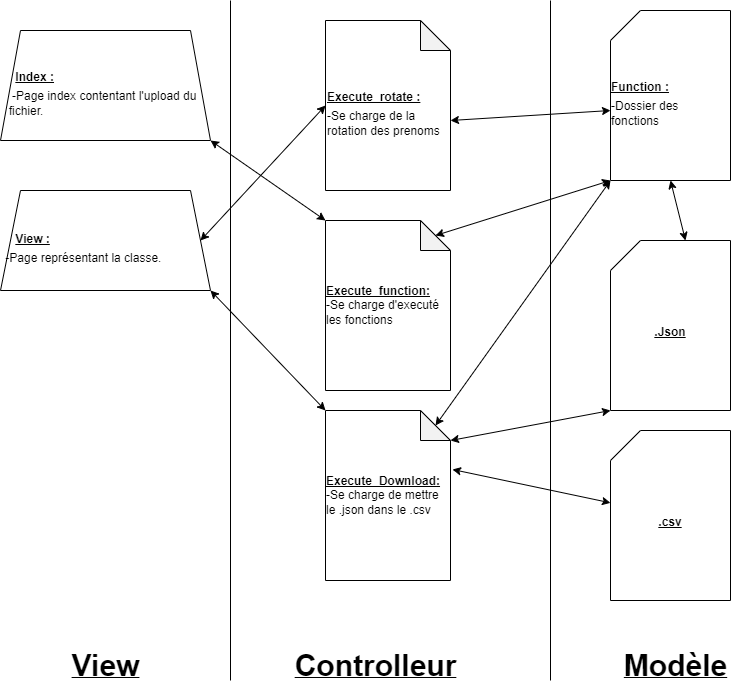
Earlier version of the draw.io export 6-TP4/TP4.png (Katia1659/DWWM). Source tidied: cells renumbered, new cells last; positions are measured from the earlier drawing's top-left corner, leaving out a move shared by most shapes. The source it was exported from:
```xml
<mxGraphModel>
  <root>
    <mxCell id="0" />
    <mxCell id="1" parent="0" />
    <mxCell id="2" style="endArrow=none;html=1;rounded=0;" parent="1" edge="1">
      <mxGeometry relative="1" as="geometry">
        <mxPoint x="230" y="680" as="sourcePoint" />
        <mxPoint x="230" as="targetPoint" />
      </mxGeometry>
    </mxCell>
    <mxCell id="3" style="endArrow=none;html=1;rounded=0;" parent="1" edge="1">
      <mxGeometry relative="1" as="geometry">
        <mxPoint x="550" y="680" as="sourcePoint" />
        <mxPoint x="550" as="targetPoint" />
      </mxGeometry>
    </mxCell>
    <mxCell id="4" value="&lt;b&gt;&lt;u&gt;&lt;font style=&quot;font-size: 30px;&quot;&gt;Controlleur&lt;/font&gt;&lt;/u&gt;&lt;/b&gt;" style="text;html=1;align=center;verticalAlign=middle;strokeColor=none;fillColor=none;" parent="1" vertex="1">
      <mxGeometry x="280" y="640" width="190" height="50" as="geometry" />
    </mxCell>
    <mxCell id="5" value="&lt;b&gt;&lt;u&gt;&lt;font style=&quot;font-size: 30px;&quot;&gt;View&lt;br&gt;&lt;/font&gt;&lt;/u&gt;&lt;/b&gt;" style="text;html=1;align=center;verticalAlign=middle;strokeColor=none;fillColor=none;" parent="1" vertex="1">
      <mxGeometry x="60" y="640" width="90" height="50" as="geometry" />
    </mxCell>
    <mxCell id="6" value="&lt;b&gt;&lt;u&gt;&lt;font style=&quot;font-size: 30px;&quot;&gt;Modèle&lt;br&gt;&lt;/font&gt;&lt;/u&gt;&lt;/b&gt;" style="text;html=1;align=center;verticalAlign=middle;strokeColor=none;fillColor=none;" parent="1" vertex="1">
      <mxGeometry x="610" y="640" width="130" height="50" as="geometry" />
    </mxCell>
    <mxCell id="7" value="&lt;div style=&quot;text-align: left;&quot;&gt;&lt;span style=&quot;font-size: 12px; background-color: initial;&quot;&gt;&lt;b&gt;&lt;u&gt;Function :&lt;/u&gt;&lt;/b&gt;&lt;/span&gt;&lt;/div&gt;&lt;font style=&quot;font-size: 12px;&quot;&gt;&lt;div style=&quot;text-align: left;&quot;&gt;&lt;span style=&quot;background-color: initial;&quot;&gt;-Dossier des fonctions&lt;/span&gt;&lt;/div&gt;&lt;/font&gt;" style="shape=card;whiteSpace=wrap;html=1;fontSize=30;" parent="1" vertex="1">
      <mxGeometry x="610" y="10" width="120" height="170" as="geometry" />
    </mxCell>
    <mxCell id="8" value="&lt;font style=&quot;font-size: 12px;&quot;&gt;&lt;b&gt;&lt;u&gt;Execute_rotate :&lt;br&gt;&lt;/u&gt;&lt;/b&gt;&lt;div style=&quot;&quot;&gt;&lt;span style=&quot;background-color: initial;&quot;&gt;-Se charge de la rotation des prenoms&lt;/span&gt;&lt;/div&gt;&lt;/font&gt;" style="shape=note;whiteSpace=wrap;html=1;backgroundOutline=1;darkOpacity=0.05;fontSize=30;align=left;" parent="1" vertex="1">
      <mxGeometry x="325" y="20" width="125" height="170" as="geometry" />
    </mxCell>
    <mxCell id="9" value="&lt;div style=&quot;&quot;&gt;&lt;span style=&quot;font-size: 12px; background-color: initial;&quot;&gt;&amp;nbsp; &amp;nbsp; &lt;/span&gt;&lt;u style=&quot;font-size: 12px; background-color: initial; font-weight: bold;&quot;&gt;Index :&lt;/u&gt;&lt;/div&gt;&lt;font style=&quot;font-size: 12px;&quot;&gt;&lt;div style=&quot;&quot;&gt;&lt;span style=&quot;background-color: initial;&quot;&gt;&amp;nbsp; &amp;nbsp;-Page index contentant l'upload du&amp;nbsp; &amp;nbsp; &amp;nbsp; fichier.&lt;/span&gt;&lt;/div&gt;&lt;/font&gt;" style="shape=trapezoid;perimeter=trapezoidPerimeter;whiteSpace=wrap;html=1;fixedSize=1;fontSize=30;align=left;" parent="1" vertex="1">
      <mxGeometry y="30" width="210" height="110" as="geometry" />
    </mxCell>
    <mxCell id="10" value="&lt;div style=&quot;text-align: left;&quot;&gt;&lt;span style=&quot;background-color: initial;&quot;&gt;&lt;font style=&quot;font-size: 12px;&quot;&gt;&lt;b&gt;&lt;u&gt;Execute_function:&lt;/u&gt;&lt;/b&gt;&lt;/font&gt;&lt;/span&gt;&lt;/div&gt;&lt;div style=&quot;text-align: left;&quot;&gt;&lt;span style=&quot;background-color: initial;&quot;&gt;&lt;font style=&quot;font-size: 12px;&quot;&gt;-Se charge d'executé les fonctions&lt;/font&gt;&lt;/span&gt;&lt;/div&gt;" style="shape=note;whiteSpace=wrap;html=1;backgroundOutline=1;darkOpacity=0.05;fontSize=12;" parent="1" vertex="1">
      <mxGeometry x="325" y="220" width="125" height="170" as="geometry" />
    </mxCell>
    <mxCell id="11" value="&lt;div style=&quot;&quot;&gt;&lt;span style=&quot;font-size: 12px; background-color: initial;&quot;&gt;&amp;nbsp; &amp;nbsp;&amp;nbsp;&lt;/span&gt;&lt;u style=&quot;font-size: 12px; background-color: initial; font-weight: bold;&quot;&gt;View :&lt;/u&gt;&lt;/div&gt;&lt;font style=&quot;font-size: 12px;&quot;&gt;&lt;div style=&quot;&quot;&gt;&lt;span style=&quot;background-color: initial;&quot;&gt;&amp;nbsp;-Page représentant la classe.&lt;/span&gt;&lt;/div&gt;&lt;/font&gt;" style="shape=trapezoid;perimeter=trapezoidPerimeter;whiteSpace=wrap;html=1;fixedSize=1;fontSize=30;align=left;" parent="1" vertex="1">
      <mxGeometry y="190" width="210" height="100" as="geometry" />
    </mxCell>
    <mxCell id="12" value="&lt;div style=&quot;text-align: left;&quot;&gt;&lt;span style=&quot;font-size: 12px;&quot;&gt;&lt;b&gt;&lt;u&gt;.Json&lt;/u&gt;&lt;/b&gt;&lt;/span&gt;&lt;/div&gt;" style="shape=card;whiteSpace=wrap;html=1;fontSize=30;" parent="1" vertex="1">
      <mxGeometry x="610" y="240" width="120" height="170" as="geometry" />
    </mxCell>
    <mxCell id="13" style="endArrow=classic;startArrow=classic;html=1;rounded=0;fontSize=12;exitX=1;exitY=1;exitDx=0;exitDy=0;entryX=0;entryY=0;entryDx=0;entryDy=0;entryPerimeter=0;" parent="1" edge="1" source="9" target="10">
      <mxGeometry relative="1" as="geometry" />
    </mxCell>
    <mxCell id="14" style="endArrow=classic;startArrow=classic;html=1;rounded=0;fontSize=12;exitX=0;exitY=0;exitDx=110;exitDy=15;entryX=0;entryY=1;entryDx=0;entryDy=0;entryPerimeter=0;exitPerimeter=0;" parent="1" edge="1" source="10" target="7">
      <mxGeometry relative="1" as="geometry" />
    </mxCell>
    <mxCell id="15" style="endArrow=classic;startArrow=classic;html=1;rounded=0;fontSize=12;exitX=0;exitY=0;exitDx=75;exitDy=0;entryX=0.5;entryY=1;entryDx=0;entryDy=0;entryPerimeter=0;exitPerimeter=0;" parent="1" edge="1" source="12" target="7">
      <mxGeometry relative="1" as="geometry" />
    </mxCell>
    <mxCell id="16" style="endArrow=classic;startArrow=classic;html=1;rounded=0;fontSize=12;exitX=0;exitY=0;exitDx=125;exitDy=100;entryX=0;entryY=0;entryDx=0;entryDy=100;entryPerimeter=0;exitPerimeter=0;" parent="1" edge="1" source="8" target="7">
      <mxGeometry relative="1" as="geometry" />
    </mxCell>
    <mxCell id="17" style="endArrow=classic;startArrow=classic;html=1;rounded=0;fontSize=12;exitX=1;exitY=0.5;exitDx=0;exitDy=0;entryX=0;entryY=0.5;entryDx=0;entryDy=0;entryPerimeter=0;" parent="1" edge="1" source="11" target="8">
      <mxGeometry relative="1" as="geometry" />
    </mxCell>
    <mxCell id="18" value="&lt;div style=&quot;text-align: left;&quot;&gt;&lt;span style=&quot;font-size: 12px;&quot;&gt;&lt;b&gt;&lt;u&gt;.csv&lt;/u&gt;&lt;/b&gt;&lt;/span&gt;&lt;/div&gt;" style="shape=card;whiteSpace=wrap;html=1;fontSize=30;" parent="1" vertex="1">
      <mxGeometry x="610" y="430" width="120" height="170" as="geometry" />
    </mxCell>
    <mxCell id="19" value="&lt;div style=&quot;text-align: left;&quot;&gt;&lt;span style=&quot;background-color: initial;&quot;&gt;&lt;font style=&quot;font-size: 12px;&quot;&gt;&lt;b&gt;&lt;u&gt;Execute_Download&lt;/u&gt;&lt;/b&gt;&lt;/font&gt;&lt;/span&gt;&lt;b style=&quot;background-color: initial;&quot;&gt;&lt;u&gt;:&lt;/u&gt;&lt;/b&gt;&lt;/div&gt;&lt;div style=&quot;text-align: left;&quot;&gt;&lt;span style=&quot;background-color: initial;&quot;&gt;&lt;font style=&quot;font-size: 12px;&quot;&gt;-Se charge de mettre le .json dans le .csv&lt;/font&gt;&lt;/span&gt;&lt;/div&gt;" style="shape=note;whiteSpace=wrap;html=1;backgroundOutline=1;darkOpacity=0.05;fontSize=12;" parent="1" vertex="1">
      <mxGeometry x="325" y="410" width="125" height="170" as="geometry" />
    </mxCell>
    <mxCell id="20" style="endArrow=classic;startArrow=classic;html=1;rounded=0;fontSize=12;exitX=1;exitY=1;exitDx=0;exitDy=0;entryX=0;entryY=0;entryDx=0;entryDy=0;entryPerimeter=0;" parent="1" edge="1" source="11" target="19">
      <mxGeometry relative="1" as="geometry" />
    </mxCell>
    <mxCell id="21" style="endArrow=classic;startArrow=classic;html=1;rounded=0;fontSize=12;exitX=0;exitY=0;exitDx=110;exitDy=15;entryX=0;entryY=1;entryDx=0;entryDy=0;entryPerimeter=0;exitPerimeter=0;" parent="1" edge="1" source="19" target="7">
      <mxGeometry relative="1" as="geometry" />
    </mxCell>
    <mxCell id="22" style="endArrow=classic;startArrow=classic;html=1;rounded=0;fontSize=12;exitX=0;exitY=0;exitDx=125;exitDy=30;entryX=0;entryY=1;entryDx=0;entryDy=0;entryPerimeter=0;exitPerimeter=0;" parent="1" edge="1" source="19" target="12">
      <mxGeometry relative="1" as="geometry" />
    </mxCell>
    <mxCell id="23" style="endArrow=classic;startArrow=classic;html=1;rounded=0;fontSize=12;exitX=1.016;exitY=0.347;exitDx=0;exitDy=0;exitPerimeter=0;" parent="1" edge="1" source="19" target="18">
      <mxGeometry relative="1" as="geometry" />
    </mxCell>
  </root>
</mxGraphModel>
```
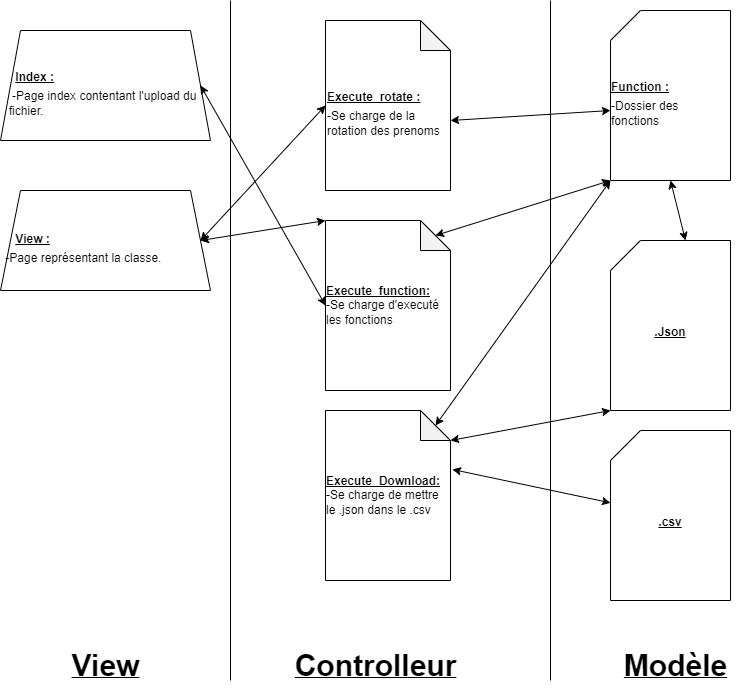
The same file after the commit.

Change to the diagram source:
```diff
@@ -41,7 +41,7 @@
     <mxCell id="12" value="&lt;div style=&quot;text-align: left;&quot;&gt;&lt;span style=&quot;font-size: 12px;&quot;&gt;&lt;b&gt;&lt;u&gt;.Json&lt;/u&gt;&lt;/b&gt;&lt;/span&gt;&lt;/div&gt;" style="shape=card;whiteSpace=wrap;html=1;fontSize=30;" parent="1" vertex="1">
       <mxGeometry x="610" y="240" width="120" height="170" as="geometry" />
     </mxCell>
-    <mxCell id="13" style="endArrow=classic;startArrow=classic;html=1;rounded=0;fontSize=12;exitX=1;exitY=1;exitDx=0;exitDy=0;entryX=0;entryY=0;entryDx=0;entryDy=0;entryPerimeter=0;" parent="1" edge="1" source="9" target="10">
+    <mxCell id="13" style="endArrow=classic;startArrow=classic;html=1;rounded=0;fontSize=12;exitX=1;exitY=0.5;exitDx=0;exitDy=0;entryX=0;entryY=0;entryDx=0;entryDy=0;entryPerimeter=0;" parent="1" edge="1" source="11" target="10">
       <mxGeometry relative="1" as="geometry" />
     </mxCell>
     <mxCell id="14" style="endArrow=classic;startArrow=classic;html=1;rounded=0;fontSize=12;exitX=0;exitY=0;exitDx=110;exitDy=15;entryX=0;entryY=1;entryDx=0;entryDy=0;entryPerimeter=0;exitPerimeter=0;" parent="1" edge="1" source="10" target="7">
@@ -62,9 +62,6 @@
     <mxCell id="19" value="&lt;div style=&quot;text-align: left;&quot;&gt;&lt;span style=&quot;background-color: initial;&quot;&gt;&lt;font style=&quot;font-size: 12px;&quot;&gt;&lt;b&gt;&lt;u&gt;Execute_Download&lt;/u&gt;&lt;/b&gt;&lt;/font&gt;&lt;/span&gt;&lt;b style=&quot;background-color: initial;&quot;&gt;&lt;u&gt;:&lt;/u&gt;&lt;/b&gt;&lt;/div&gt;&lt;div style=&quot;text-align: left;&quot;&gt;&lt;span style=&quot;background-color: initial;&quot;&gt;&lt;font style=&quot;font-size: 12px;&quot;&gt;-Se charge de mettre le .json dans le .csv&lt;/font&gt;&lt;/span&gt;&lt;/div&gt;" style="shape=note;whiteSpace=wrap;html=1;backgroundOutline=1;darkOpacity=0.05;fontSize=12;" parent="1" vertex="1">
       <mxGeometry x="325" y="410" width="125" height="170" as="geometry" />
     </mxCell>
-    <mxCell id="20" style="endArrow=classic;startArrow=classic;html=1;rounded=0;fontSize=12;exitX=1;exitY=1;exitDx=0;exitDy=0;entryX=0;entryY=0;entryDx=0;entryDy=0;entryPerimeter=0;" parent="1" edge="1" source="11" target="19">
-      <mxGeometry relative="1" as="geometry" />
-    </mxCell>
     <mxCell id="21" style="endArrow=classic;startArrow=classic;html=1;rounded=0;fontSize=12;exitX=0;exitY=0;exitDx=110;exitDy=15;entryX=0;entryY=1;entryDx=0;entryDy=0;entryPerimeter=0;exitPerimeter=0;" parent="1" edge="1" source="19" target="7">
       <mxGeometry relative="1" as="geometry" />
     </mxCell>
@@ -74,5 +71,8 @@
     <mxCell id="23" style="endArrow=classic;startArrow=classic;html=1;rounded=0;fontSize=12;exitX=1.016;exitY=0.347;exitDx=0;exitDy=0;exitPerimeter=0;" parent="1" edge="1" source="19" target="18">
       <mxGeometry relative="1" as="geometry" />
     </mxCell>
+    <mxCell id="24" style="endArrow=classic;startArrow=classic;html=1;rounded=0;fontSize=12;exitX=1;exitY=0.5;exitDx=0;exitDy=0;entryX=0;entryY=0.5;entryDx=0;entryDy=0;entryPerimeter=0;" parent="1" edge="1" source="9" target="10">
+      <mxGeometry relative="1" as="geometry" />
+    </mxCell>
   </root>
 </mxGraphModel>
```
